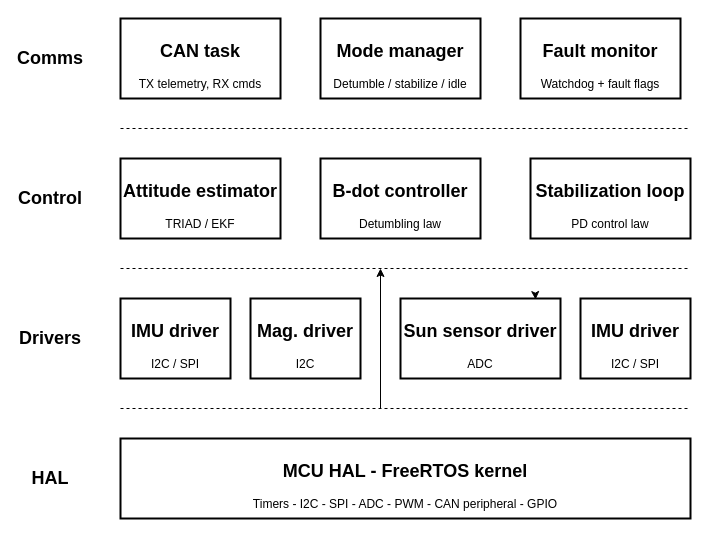
QSET-Sat/qset-doc keeps this draw.io diagram as page "Software architecture" (2 of 7) of docs/subteams/adcs/ADCS_software_architecture.drawio. Above is the earlier version. Source tidied: cells renumbered, new cells numbered last; positions are measured from the earlier drawing's top-left corner, leaving out a move shared by most shapes. Both pictures are drawn from the tidied source at 100%, with x=0, y=0 at pixel (20, 18).
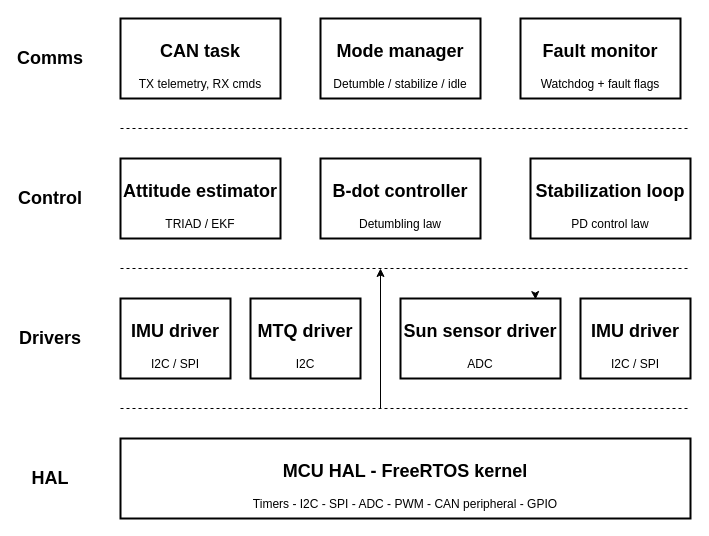
After the change.

What changed in the source:
```diff
@@
-    <mxCell id="13" value="&lt;h2&gt;Mag. driver&lt;/h2&gt;&lt;div&gt;I2C&lt;/div&gt;" style="whiteSpace=wrap;html=1;labelBackgroundColor=none;perimeterSpacing=0;strokeWidth=2;" parent="1" vertex="1">
+    <mxCell id="13" value="&lt;h2&gt;MTQ driver&lt;/h2&gt;&lt;div&gt;I2C&lt;/div&gt;" style="whiteSpace=wrap;html=1;labelBackgroundColor=none;perimeterSpacing=0;strokeWidth=2;" parent="1" vertex="1">
       <mxGeometry x="230" y="280" width="110" height="80" as="geometry" />
     </mxCell>
```
